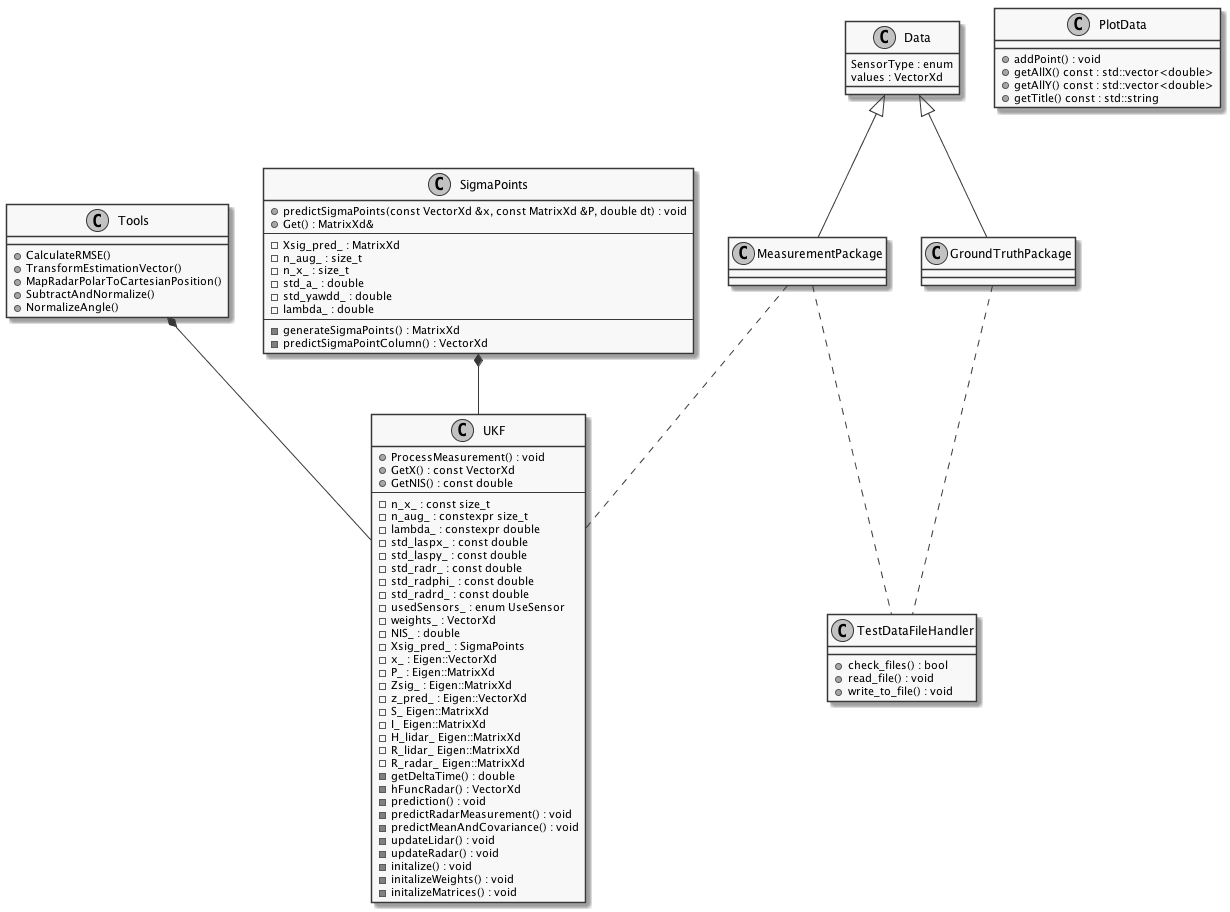
Earlier version of the PlantUML export misc/overview.png (ChrisShepherd81/Unscented-Kalman-Filter). Its source is kept beside it as misc/overview.puml. Source of this version:
```plantuml
@startuml
skinparam monochrome true

class Tools{
  +CalculateRMSE()
  +TransformEstimationVector()
  +MapRadarPolarToCartesianPosition()
  +SubtractAndNormalize()
  +NormalizeAngle()
}
class UKF{
  +ProcessMeasurement() : void
  +GetX() : const VectorXd
  +GetNIS() : const double
  --
  -n_x_ : const size_t
  -n_aug_ : constexpr size_t
  -lambda_ : constexpr double

  -std_laspx_ : const double
  -std_laspy_ : const double
  -std_radr_ : const double
  -std_radphi_ : const double
  -std_radrd_ : const double

  -usedSensors_ : enum UseSensor
  -weights_ : VectorXd

  -NIS_ : double
  -Xsig_pred_ : SigmaPoints


  -x_ : Eigen::VectorXd
  -P_ : Eigen::MatrixXd

  -Zsig_ : Eigen::MatrixXd
  -z_pred_ : Eigen::VectorXd
  -S_ Eigen::MatrixXd
  -I_ Eigen::MatrixXd
  -H_lidar_ Eigen::MatrixXd
  -R_lidar_ Eigen::MatrixXd
  -R_radar_ Eigen::MatrixXd

  -getDeltaTime() : double
  -hFuncRadar() : VectorXd
  -prediction() : void
  -predictRadarMeasurement() : void
  -predictMeanAndCovariance() : void
  -updateLidar() : void
  -updateRadar() : void

  -initalize() : void
  -initalizeWeights() : void
  -initalizeMatrices() : void


}
class SigmaPoints{
 +predictSigmaPoints(const VectorXd &x, const MatrixXd &P, double dt) : void
 +Get() : MatrixXd&
 --
 -Xsig_pred_ : MatrixXd
 -n_aug_ : size_t
 -n_x_ : size_t
 -std_a_ : double
 -std_yawdd_ : double
 -lambda_ : double
 --
 -generateSigmaPoints() : MatrixXd
 -predictSigmaPointColumn() : VectorXd

}

class Data{
 SensorType : enum
 values : VectorXd
}

class TestDataFileHandler{
 +check_files() : bool
 +read_file() : void
 +write_to_file() : void
}
class PlotData{
 +addPoint() : void
 +getAllX() const : std::vector<double>
 +getAllY() const : std::vector<double>
 +getTitle() const : std::string
}
SigmaPoints *-- UKF
Tools *-- UKF
Data <|-- MeasurementPackage
Data <|-- GroundTruthPackage
MeasurementPackage .. UKF
MeasurementPackage .. TestDataFileHandler
GroundTruthPackage .. TestDataFileHandler
@enduml
```
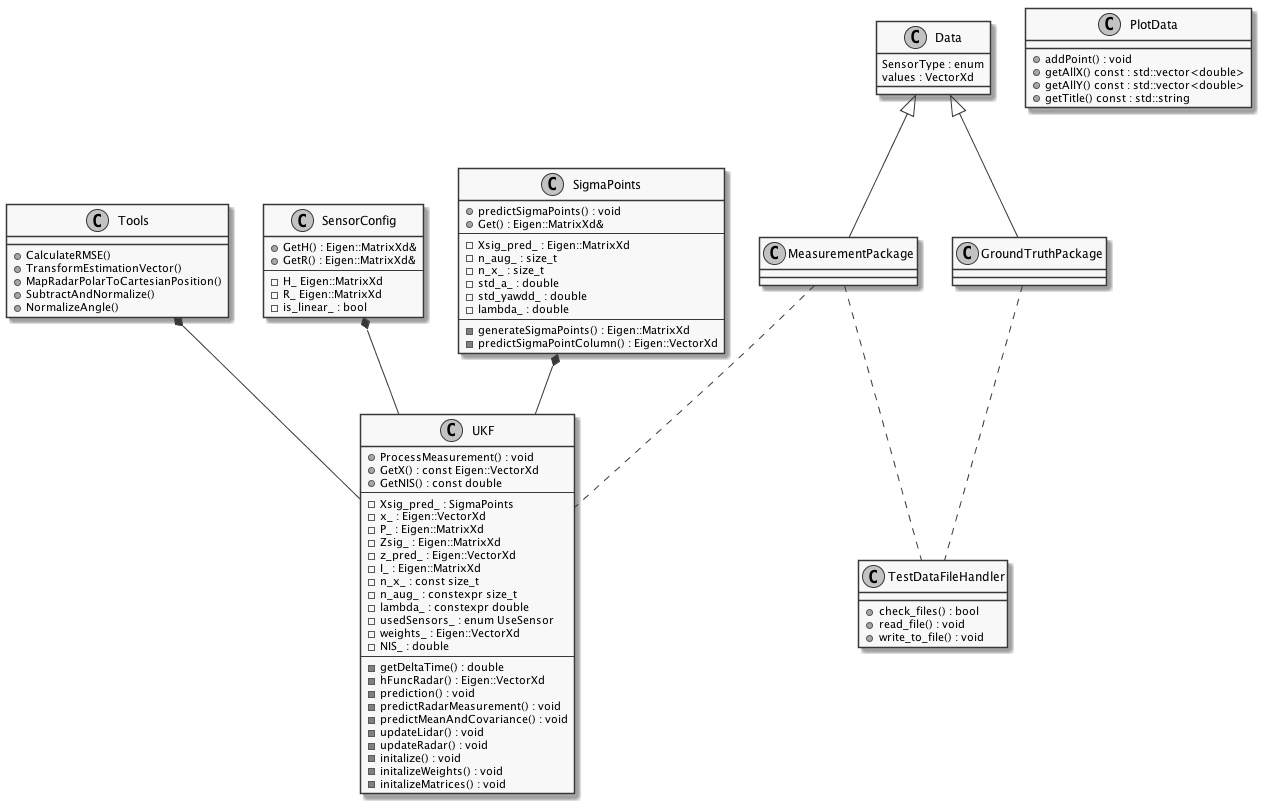
The same diagram one commit later.

What changed in the source:
```diff
@@ -8,41 +8,38 @@
   +SubtractAndNormalize()
   +NormalizeAngle()
 }
+class SensorConfig{
+  +GetH() : Eigen::MatrixXd&
+  +GetR() : Eigen::MatrixXd&
+  --
+  -H_ Eigen::MatrixXd
+  -R_ Eigen::MatrixXd
+  -is_linear_ : bool
+}
 class UKF{
   +ProcessMeasurement() : void
-  +GetX() : const VectorXd
+  +GetX() : const Eigen::VectorXd
   +GetNIS() : const double
-  --
-  -n_x_ : const size_t
-  -n_aug_ : constexpr size_t
-  -lambda_ : constexpr double
-
-  -std_laspx_ : const double
-  -std_laspy_ : const double
-  -std_radr_ : const double
-  -std_radphi_ : const double
-  -std_radrd_ : const double
-
-  -usedSensors_ : enum UseSensor
-  -weights_ : VectorXd
-
-  -NIS_ : double
+--
   -Xsig_pred_ : SigmaPoints
-
-
   -x_ : Eigen::VectorXd
   -P_ : Eigen::MatrixXd
 
   -Zsig_ : Eigen::MatrixXd
   -z_pred_ : Eigen::VectorXd
-  -S_ Eigen::MatrixXd
-  -I_ Eigen::MatrixXd
-  -H_lidar_ Eigen::MatrixXd
-  -R_lidar_ Eigen::MatrixXd
-  -R_radar_ Eigen::MatrixXd
+  -I_ : Eigen::MatrixXd
 
+  -n_x_ : const size_t
+  -n_aug_ : constexpr size_t
+  -lambda_ : constexpr double
+
+  -usedSensors_ : enum UseSensor
+  -weights_ : Eigen::VectorXd
+
+  -NIS_ : double
+--
   -getDeltaTime() : double
-  -hFuncRadar() : VectorXd
+  -hFuncRadar() : Eigen::VectorXd
   -prediction() : void
   -predictRadarMeasurement() : void
   -predictMeanAndCovariance() : void
@@ -52,22 +49,20 @@
   -initalize() : void
   -initalizeWeights() : void
   -initalizeMatrices() : void
-
-
 }
 class SigmaPoints{
- +predictSigmaPoints(const VectorXd &x, const MatrixXd &P, double dt) : void
- +Get() : MatrixXd&
+ +predictSigmaPoints() : void
+ +Get() : Eigen::MatrixXd&
  --
- -Xsig_pred_ : MatrixXd
+ -Xsig_pred_ : Eigen::MatrixXd
  -n_aug_ : size_t
  -n_x_ : size_t
  -std_a_ : double
  -std_yawdd_ : double
  -lambda_ : double
  --
- -generateSigmaPoints() : MatrixXd
- -predictSigmaPointColumn() : VectorXd
+ -generateSigmaPoints() : Eigen::MatrixXd
+ -predictSigmaPointColumn() : Eigen::VectorXd
 
 }
 
@@ -87,6 +82,7 @@
  +getAllY() const : std::vector<double>
  +getTitle() const : std::string
 }
+SensorConfig *-- UKF
 SigmaPoints *-- UKF
 Tools *-- UKF
 Data <|-- MeasurementPackage
```
